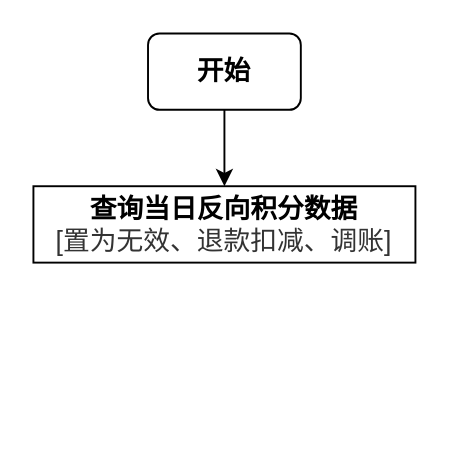
This is 04-workflow/MEMBER-LEVEL-RERUN.drawio from shawn-panda/sp-coding-guidelines, a draw.io file, before an edit. Source tidied: cells renumbered, new cells numbered last; positions are measured from the earlier drawing's top-left corner, leaving out a move shared by most shapes. Both pictures are drawn from the tidied source at 191%, with x=0, y=0 at pixel (32, 32).
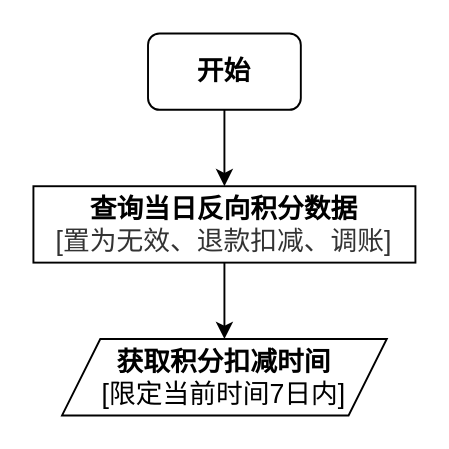
After the change.

The edit, as a diff of the source:
```diff
@@
 <mxGraphModel>
   <root>
     <mxCell id="0" />
     <mxCell id="1" parent="0" />
     <mxCell id="2" style="edgeStyle=orthogonalEdgeStyle;rounded=0;jettySize=auto;html=1;exitX=0.5;exitY=1;exitDx=0;exitDy=0;entryX=0.5;entryY=0;entryDx=0;entryDy=0;" parent="1" edge="1" source="3" target="4">
       <mxGeometry relative="1" as="geometry" />
     </mxCell>
     <mxCell id="3" value="&lt;font style=&quot;font-size: 14px&quot;&gt;&lt;b&gt;开始&lt;/b&gt;&lt;/font&gt;" style="rounded=1;whiteSpace=wrap;html=1;" parent="1" vertex="1">
       <mxGeometry x="60" width="80" height="40" as="geometry" />
     </mxCell>
+    <mxCell id="5" style="edgeStyle=orthogonalEdgeStyle;rounded=0;jettySize=auto;html=1;exitX=0.5;exitY=1;exitDx=0;exitDy=0;entryX=0.5;entryY=0;entryDx=0;entryDy=0;" parent="1" edge="1" source="4" target="6">
+      <mxGeometry relative="1" as="geometry" />
+    </mxCell>
     <mxCell id="4" value="&lt;font style=&quot;font-size: 14px&quot;&gt;&lt;b&gt;查询当日反向积分数据&lt;/b&gt;&lt;br&gt;&lt;span style=&quot;color: rgb(51 , 51 , 51) ; font-family: &amp;#34;arial normal&amp;#34; , &amp;#34;arial&amp;#34;&quot;&gt;[置为无效、退款扣减、调账]&lt;/span&gt;&lt;/font&gt;" style="rounded=0;whiteSpace=wrap;html=1;align=center;" parent="1" vertex="1">
       <mxGeometry y="80" width="200" height="40" as="geometry" />
     </mxCell>
+    <mxCell id="6" value="&lt;font style=&quot;font-size: 14px&quot;&gt;&lt;b&gt;获取积分扣减时间&lt;/b&gt;&lt;br&gt;[限定当前时间7日内]&lt;br&gt;&lt;/font&gt;" style="shape=parallelogram;perimeter=parallelogramPerimeter;whiteSpace=wrap;html=1;fixedSize=1;" parent="1" vertex="1">
+      <mxGeometry x="15" y="160" width="170" height="40" as="geometry" />
+    </mxCell>
   </root>
 </mxGraphModel>
```
